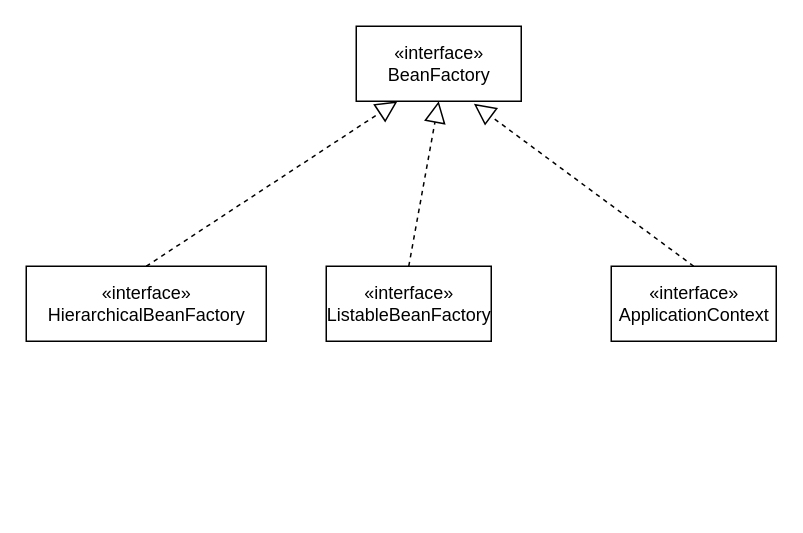
The draw.io diagram spring.drawio in ken2333/draw.io, before the edit. Source tidied: cells renumbered, new cells numbered last; positions are measured from the earlier drawing's top-left corner, leaving out a move shared by most shapes. Both pictures are drawn from the tidied source at 150%, with x=0, y=0 at pixel (26, 26).
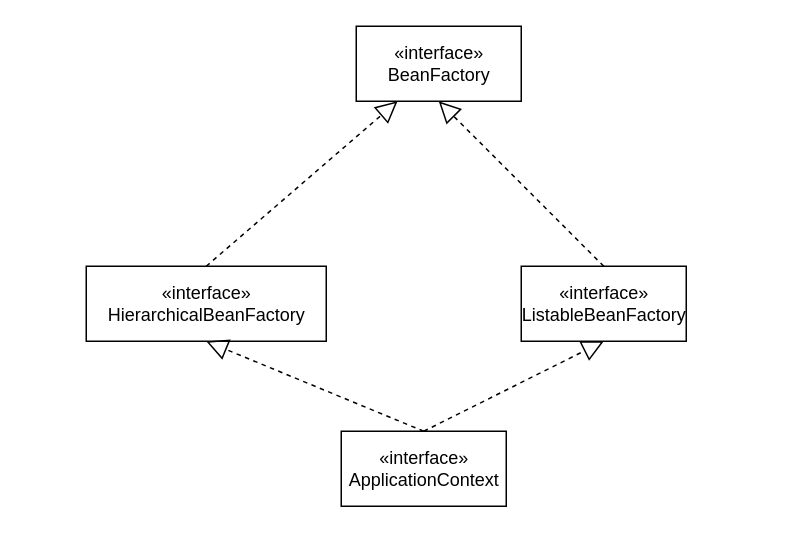
After the change.

The edit, as a diff of the source:
```diff
@@
 <mxGraphModel>
   <root>
     <mxCell id="0" />
     <mxCell id="1" parent="0" />
     <mxCell id="2" value="«interface»&lt;br&gt;&lt;span lang=&quot;zh-CN&quot;&gt;BeanFactory&lt;/span&gt;&lt;span lang=&quot;en-US&quot;&gt; &lt;/span&gt;" style="html=1;" parent="1" vertex="1">
       <mxGeometry x="220" width="110" height="50" as="geometry" />
     </mxCell>
     <mxCell id="3" value="«interface»&lt;br&gt;HierarchicalBeanFactory" style="html=1;" parent="1" vertex="1">
-      <mxGeometry y="160" width="160" height="50" as="geometry" />
+      <mxGeometry x="40" y="160" width="160" height="50" as="geometry" />
     </mxCell>
     <mxCell id="4" value="«interface»&lt;br&gt;ListableBeanFactory&lt;br/&gt;" style="html=1;" parent="1" vertex="1">
-      <mxGeometry x="200" y="160" width="110" height="50" as="geometry" />
+      <mxGeometry x="330" y="160" width="110" height="50" as="geometry" />
     </mxCell>
     <mxCell id="5" value="«interface»&lt;br&gt;&lt;span style=&quot;background: white&quot;&gt;ApplicationContext&lt;br/&gt;&lt;/span&gt;" style="html=1;" parent="1" vertex="1">
-      <mxGeometry x="390" y="160" width="110" height="50" as="geometry" />
+      <mxGeometry x="210" y="270" width="110" height="50" as="geometry" />
     </mxCell>
     <mxCell id="6" style="endArrow=block;dashed=1;endFill=0;endSize=12;html=1;exitX=0.5;exitY=0;exitDx=0;exitDy=0;entryX=0.25;entryY=1;entryDx=0;entryDy=0;" parent="1" edge="1" source="3" target="2">
       <mxGeometry relative="1" as="geometry" />
     </mxCell>
     <mxCell id="7" style="endArrow=block;dashed=1;endFill=0;endSize=12;html=1;exitX=0.5;exitY=0;exitDx=0;exitDy=0;entryX=0.5;entryY=1;entryDx=0;entryDy=0;" parent="1" edge="1" source="4" target="2">
       <mxGeometry relative="1" as="geometry" />
     </mxCell>
-    <mxCell id="8" style="endArrow=block;dashed=1;endFill=0;endSize=12;html=1;exitX=0.5;exitY=0;exitDx=0;exitDy=0;entryX=0.713;entryY=1.033;entryDx=0;entryDy=0;entryPerimeter=0;" parent="1" edge="1" source="5" target="2">
-      <mxGeometry relative="1" as="geometry" />
-    </mxCell>
+    <mxCell id="9" style="endArrow=block;dashed=1;endFill=0;endSize=12;html=1;exitX=0.5;exitY=0;exitDx=0;exitDy=0;entryX=0.5;entryY=1;entryDx=0;entryDy=0;" parent="1" edge="1" source="5" target="3">
+      <mxGeometry relative="1" as="geometry" />
+    </mxCell>
+    <mxCell id="10" style="endArrow=block;dashed=1;endFill=0;endSize=12;html=1;exitX=0.5;exitY=0;exitDx=0;exitDy=0;entryX=0.5;entryY=1;entryDx=0;entryDy=0;" parent="1" edge="1" source="5" target="4">
+      <mxGeometry relative="1" as="geometry" />
+    </mxCell>
   </root>
 </mxGraphModel>
```
